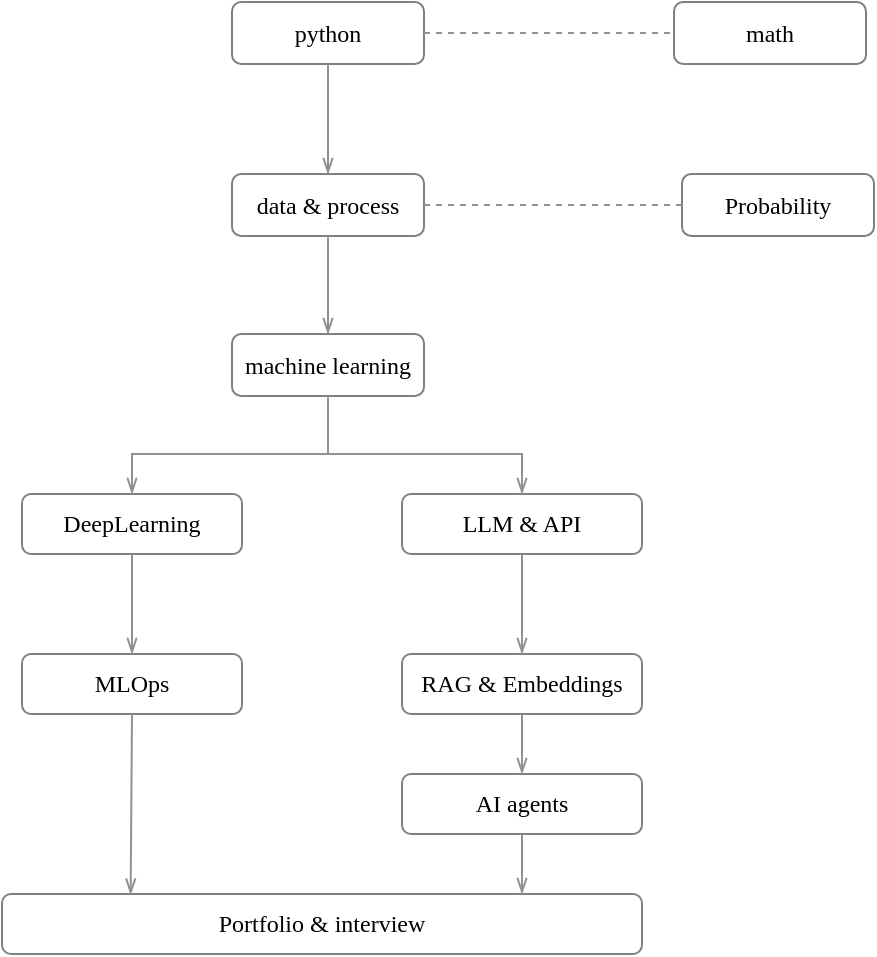
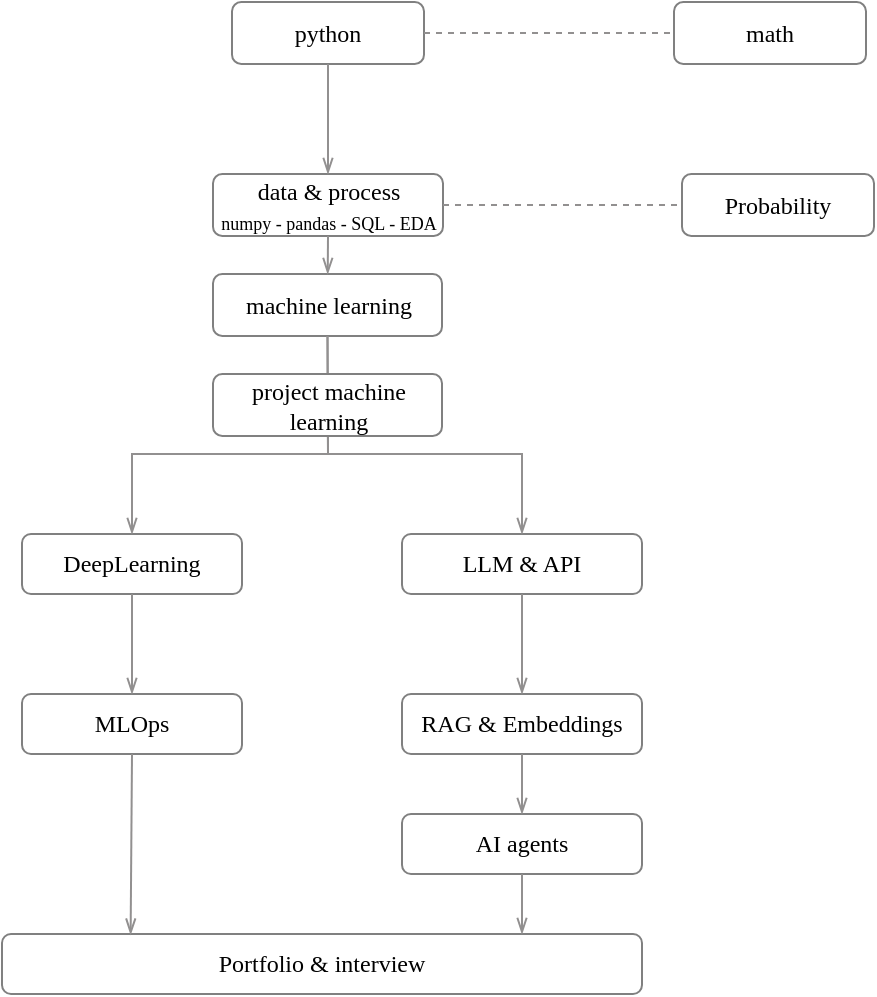
- <mxfile host="Electron" agent="Mozilla/5.0 (Macintosh; Intel Mac OS X 10_15_7) AppleWebKit/537.36 (KHTML, like Gecko) draw.io/29.3.0 Chrome/140.0.7339.249 Electron/38.7.2 Safari/537.36" version="29.3.0" pages="4">
+ <mxfile host="app.diagrams.net" agent="Mozilla/5.0 (Macintosh; Intel Mac OS X 10_15_7) AppleWebKit/537.36 (KHTML, like Gecko) draw.io/29.3.0 Chrome/140.0.7339.249 Electron/38.7.2 Safari/537.36" pages="4">
  <diagram name="overview" id="cAlCBEzrJN6Ur7Pin5lN">
-     <mxGraphModel dx="1045" dy="596" grid="1" gridSize="10" guides="1" tooltips="1" connect="1" arrows="1" fold="1" page="1" pageScale="1" pageWidth="827" pageHeight="1169" math="0" shadow="0">
+     <mxGraphModel dx="948" dy="423" grid="1" gridSize="10" guides="1" tooltips="1" connect="1" arrows="1" fold="1" page="1" pageScale="1" pageWidth="827" pageHeight="1169" math="0" shadow="0">
      <root>
        <mxCell id="0" />
        <mxCell id="1" parent="0" />
        <mxCell id="zTdwEjZ7j_-9_ITJUfBh-1" parent="1" style="rounded=1;whiteSpace=wrap;html=1;fontFamily=Comic Sans MS;strokeColor=#808080;" value="python" vertex="1">
          <mxGeometry height="31" width="96" x="315" y="474" as="geometry" />
        </mxCell>
        <mxCell id="zTdwEjZ7j_-9_ITJUfBh-2" parent="1" style="rounded=1;whiteSpace=wrap;html=1;fontFamily=Comic Sans MS;strokeColor=#808080;" value="math" vertex="1">
          <mxGeometry height="31" width="96" x="536" y="474" as="geometry" />
        </mxCell>
-         <mxCell id="zTdwEjZ7j_-9_ITJUfBh-4" parent="1" style="rounded=1;whiteSpace=wrap;html=1;fontFamily=Comic Sans MS;strokeColor=#808080;" value="data &amp;amp; process" vertex="1">
-           <mxGeometry height="31" width="96" x="315" y="560" as="geometry" />
+         <mxCell id="zTdwEjZ7j_-9_ITJUfBh-4" parent="1" style="rounded=1;whiteSpace=wrap;html=1;fontFamily=Comic Sans MS;strokeColor=#808080;" value="data &amp;amp; process&lt;div&gt;&lt;font style=&quot;font-size: 9px;&quot;&gt;numpy - pandas - SQL - EDA&lt;/font&gt;&lt;/div&gt;" vertex="1">
+           <mxGeometry height="31" width="115" x="305.5" y="560" as="geometry" />
        </mxCell>
        <mxCell id="zTdwEjZ7j_-9_ITJUfBh-5" parent="1" style="rounded=1;whiteSpace=wrap;html=1;fontFamily=Comic Sans MS;strokeColor=#808080;" value="Probability" vertex="1">
          <mxGeometry height="31" width="96" x="540" y="560" as="geometry" />
        </mxCell>
        <mxCell id="zTdwEjZ7j_-9_ITJUfBh-6" edge="1" parent="1" source="zTdwEjZ7j_-9_ITJUfBh-4" style="endArrow=none;html=1;rounded=0;endFill=0;strokeColor=light-dark(#929090, #ededed);entryX=0;entryY=0.5;entryDx=0;entryDy=0;exitX=1;exitY=0.5;exitDx=0;exitDy=0;dashed=1;" target="zTdwEjZ7j_-9_ITJUfBh-5" value="">
          <mxGeometry height="50" relative="1" width="50" as="geometry">
            <mxPoint x="350" y="560" as="sourcePoint" />
            <mxPoint x="400" y="510" as="targetPoint" />
          </mxGeometry>
        </mxCell>
        <mxCell id="zTdwEjZ7j_-9_ITJUfBh-7" edge="1" parent="1" source="zTdwEjZ7j_-9_ITJUfBh-1" style="endArrow=none;html=1;rounded=0;endFill=0;strokeColor=light-dark(#929090, #ededed);exitX=1;exitY=0.5;exitDx=0;exitDy=0;entryX=0;entryY=0.5;entryDx=0;entryDy=0;dashed=1;" target="zTdwEjZ7j_-9_ITJUfBh-2" value="">
          <mxGeometry height="50" relative="1" width="50" as="geometry">
            <mxPoint x="350" y="560" as="sourcePoint" />
            <mxPoint x="500" y="510" as="targetPoint" />
          </mxGeometry>
        </mxCell>
        <mxCell id="zTdwEjZ7j_-9_ITJUfBh-8" parent="1" style="rounded=1;whiteSpace=wrap;html=1;fontFamily=Comic Sans MS;strokeColor=#808080;" value="machine learning" vertex="1">
-           <mxGeometry height="31" width="96" x="315" y="640" as="geometry" />
+           <mxGeometry height="31" width="114.5" x="305.5" y="610" as="geometry" />
        </mxCell>
        <mxCell id="zTdwEjZ7j_-9_ITJUfBh-9" edge="1" parent="1" source="zTdwEjZ7j_-9_ITJUfBh-1" style="endArrow=openThin;html=1;rounded=0;endFill=0;strokeColor=light-dark(#929090, #ededed);exitX=0.5;exitY=1;exitDx=0;exitDy=0;" target="zTdwEjZ7j_-9_ITJUfBh-4" value="">
          <mxGeometry height="50" relative="1" width="50" as="geometry">
            <mxPoint x="350" y="560" as="sourcePoint" />
            <mxPoint x="400" y="510" as="targetPoint" />
          </mxGeometry>
        </mxCell>
        <mxCell id="zTdwEjZ7j_-9_ITJUfBh-10" edge="1" parent="1" source="zTdwEjZ7j_-9_ITJUfBh-4" style="endArrow=openThin;html=1;rounded=0;endFill=0;strokeColor=light-dark(#929090, #ededed);exitX=0.5;exitY=1;exitDx=0;exitDy=0;" target="zTdwEjZ7j_-9_ITJUfBh-8" value="">
          <mxGeometry height="50" relative="1" width="50" as="geometry">
            <mxPoint x="350" y="560" as="sourcePoint" />
            <mxPoint x="400" y="510" as="targetPoint" />
          </mxGeometry>
        </mxCell>
        <mxCell id="zTdwEjZ7j_-9_ITJUfBh-11" parent="1" style="rounded=1;whiteSpace=wrap;html=1;fontFamily=Comic Sans MS;strokeColor=#808080;" value="DeepLearning" vertex="1">
-           <mxGeometry height="30" width="110" x="210" y="720" as="geometry" />
+           <mxGeometry height="30" width="110" x="210" y="740" as="geometry" />
        </mxCell>
        <mxCell id="zTdwEjZ7j_-9_ITJUfBh-12" parent="1" style="rounded=1;whiteSpace=wrap;html=1;fontFamily=Comic Sans MS;strokeColor=#808080;" value="LLM &amp;amp; API" vertex="1">
-           <mxGeometry height="30" width="120" x="400" y="720" as="geometry" />
+           <mxGeometry height="30" width="120" x="400" y="740" as="geometry" />
        </mxCell>
        <mxCell id="zTdwEjZ7j_-9_ITJUfBh-13" parent="1" style="rounded=1;whiteSpace=wrap;html=1;fontFamily=Comic Sans MS;strokeColor=#808080;" value="RAG &amp;amp; Embeddings" vertex="1">
-           <mxGeometry height="30" width="120" x="400" y="800" as="geometry" />
+           <mxGeometry height="30" width="120" x="400" y="820" as="geometry" />
        </mxCell>
        <mxCell id="zTdwEjZ7j_-9_ITJUfBh-14" parent="1" style="rounded=1;whiteSpace=wrap;html=1;fontFamily=Comic Sans MS;strokeColor=#808080;" value="MLOps" vertex="1">
-           <mxGeometry height="30" width="110" x="210" y="800" as="geometry" />
+           <mxGeometry height="30" width="110" x="210" y="820" as="geometry" />
        </mxCell>
        <mxCell id="zTdwEjZ7j_-9_ITJUfBh-15" parent="1" style="rounded=1;whiteSpace=wrap;html=1;fontFamily=Comic Sans MS;strokeColor=#808080;" value="Portfolio &amp;amp; interview" vertex="1">
-           <mxGeometry height="30" width="320" x="200" y="920" as="geometry" />
+           <mxGeometry height="30" width="320" x="200" y="940" as="geometry" />
        </mxCell>
        <mxCell id="zTdwEjZ7j_-9_ITJUfBh-16" parent="1" style="rounded=1;whiteSpace=wrap;html=1;fontFamily=Comic Sans MS;strokeColor=#808080;" value="AI agents" vertex="1">
-           <mxGeometry height="30" width="120" x="400" y="860" as="geometry" />
+           <mxGeometry height="30" width="120" x="400" y="880" as="geometry" />
        </mxCell>
        <mxCell id="zTdwEjZ7j_-9_ITJUfBh-17" edge="1" parent="1" source="zTdwEjZ7j_-9_ITJUfBh-8" style="endArrow=openThin;html=1;rounded=0;endFill=0;strokeColor=light-dark(#929090, #ededed);entryX=0.5;entryY=0;entryDx=0;entryDy=0;exitX=0.5;exitY=1;exitDx=0;exitDy=0;" target="zTdwEjZ7j_-9_ITJUfBh-12" value="">
          <mxGeometry height="50" relative="1" width="50" as="geometry">
            <Array as="points">
              <mxPoint x="363" y="700" />
              <mxPoint x="460" y="700" />
            </Array>
            <mxPoint x="300" y="780" as="sourcePoint" />
            <mxPoint x="350" y="730" as="targetPoint" />
          </mxGeometry>
        </mxCell>
        <mxCell id="zTdwEjZ7j_-9_ITJUfBh-18" edge="1" parent="1" source="zTdwEjZ7j_-9_ITJUfBh-8" style="endArrow=openThin;html=1;rounded=0;endFill=0;strokeColor=light-dark(#929090, #ededed);exitX=0.5;exitY=1;exitDx=0;exitDy=0;entryX=0.5;entryY=0;entryDx=0;entryDy=0;" target="zTdwEjZ7j_-9_ITJUfBh-11" value="">
          <mxGeometry height="50" relative="1" width="50" as="geometry">
            <Array as="points">
              <mxPoint x="363" y="700" />
              <mxPoint x="265" y="700" />
            </Array>
            <mxPoint x="300" y="780" as="sourcePoint" />
            <mxPoint x="350" y="730" as="targetPoint" />
          </mxGeometry>
        </mxCell>
        <mxCell id="zTdwEjZ7j_-9_ITJUfBh-19" edge="1" parent="1" source="zTdwEjZ7j_-9_ITJUfBh-11" style="endArrow=openThin;html=1;rounded=0;endFill=0;strokeColor=light-dark(#929090, #ededed);exitX=0.5;exitY=1;exitDx=0;exitDy=0;" target="zTdwEjZ7j_-9_ITJUfBh-14" value="">
          <mxGeometry height="50" relative="1" width="50" as="geometry">
-             <mxPoint x="290" y="780" as="sourcePoint" />
-             <mxPoint x="340" y="730" as="targetPoint" />
+             <mxPoint x="290" y="800" as="sourcePoint" />
+             <mxPoint x="340" y="750" as="targetPoint" />
          </mxGeometry>
        </mxCell>
        <mxCell id="zTdwEjZ7j_-9_ITJUfBh-20" edge="1" parent="1" source="zTdwEjZ7j_-9_ITJUfBh-14" style="endArrow=openThin;html=1;rounded=0;endFill=0;strokeColor=light-dark(#929090, #ededed);exitX=0.5;exitY=1;exitDx=0;exitDy=0;entryX=0.201;entryY=0.01;entryDx=0;entryDy=0;entryPerimeter=0;" target="zTdwEjZ7j_-9_ITJUfBh-15" value="">
          <mxGeometry height="50" relative="1" width="50" as="geometry">
-             <mxPoint x="290" y="780" as="sourcePoint" />
-             <mxPoint x="340" y="730" as="targetPoint" />
+             <mxPoint x="290" y="800" as="sourcePoint" />
+             <mxPoint x="340" y="750" as="targetPoint" />
          </mxGeometry>
        </mxCell>
        <mxCell id="zTdwEjZ7j_-9_ITJUfBh-21" edge="1" parent="1" source="zTdwEjZ7j_-9_ITJUfBh-12" style="endArrow=openThin;html=1;rounded=0;endFill=0;strokeColor=light-dark(#929090, #ededed);exitX=0.5;exitY=1;exitDx=0;exitDy=0;entryX=0.5;entryY=0;entryDx=0;entryDy=0;" target="zTdwEjZ7j_-9_ITJUfBh-13" value="">
          <mxGeometry height="50" relative="1" width="50" as="geometry">
-             <mxPoint x="290" y="780" as="sourcePoint" />
-             <mxPoint x="340" y="730" as="targetPoint" />
+             <mxPoint x="290" y="800" as="sourcePoint" />
+             <mxPoint x="340" y="750" as="targetPoint" />
          </mxGeometry>
        </mxCell>
        <mxCell id="zTdwEjZ7j_-9_ITJUfBh-22" edge="1" parent="1" source="zTdwEjZ7j_-9_ITJUfBh-13" style="endArrow=openThin;html=1;rounded=0;endFill=0;strokeColor=light-dark(#929090, #ededed);exitX=0.5;exitY=1;exitDx=0;exitDy=0;entryX=0.5;entryY=0;entryDx=0;entryDy=0;" target="zTdwEjZ7j_-9_ITJUfBh-16" value="">
          <mxGeometry height="50" relative="1" width="50" as="geometry">
-             <mxPoint x="290" y="780" as="sourcePoint" />
-             <mxPoint x="340" y="730" as="targetPoint" />
+             <mxPoint x="290" y="800" as="sourcePoint" />
+             <mxPoint x="340" y="750" as="targetPoint" />
          </mxGeometry>
        </mxCell>
        <mxCell id="zTdwEjZ7j_-9_ITJUfBh-23" edge="1" parent="1" source="zTdwEjZ7j_-9_ITJUfBh-16" style="endArrow=openThin;html=1;rounded=0;endFill=0;strokeColor=light-dark(#929090, #ededed);exitX=0.5;exitY=1;exitDx=0;exitDy=0;" value="">
          <mxGeometry height="50" relative="1" width="50" as="geometry">
-             <mxPoint x="290" y="780" as="sourcePoint" />
-             <mxPoint x="460" y="920" as="targetPoint" />
-           </mxGeometry>
+             <mxPoint x="290" y="800" as="sourcePoint" />
+             <mxPoint x="460" y="940" as="targetPoint" />
+           </mxGeometry>
+         </mxCell>
+         <mxCell id="RL8-EkVr3OvldoPUYXMJ-1" parent="1" style="rounded=1;whiteSpace=wrap;html=1;fontFamily=Comic Sans MS;strokeColor=#808080;" value="project machine learning" vertex="1">
+           <mxGeometry height="31" width="114.5" x="305.5" y="660" as="geometry" />
        </mxCell>
      </root>
    </mxGraphModel>
  </diagram>
  <diagram id="UOBW3iFDmhUj1Tzh1QrL" name="python">
    <mxGraphModel dx="1725" dy="984" grid="1" gridSize="10" guides="1" tooltips="1" connect="1" arrows="1" fold="1" page="1" pageScale="1" pageWidth="827" pageHeight="1169" math="0" shadow="0">
      <root>
        <mxCell id="0" />
        <mxCell id="1" parent="0" />
      </root>
    </mxGraphModel>
  </diagram>
  <diagram id="m8GAUy3Aqo1FDhopTY1m" name="math">
    <mxGraphModel dx="1725" dy="984" grid="1" gridSize="10" guides="1" tooltips="1" connect="1" arrows="1" fold="1" page="1" pageScale="1" pageWidth="827" pageHeight="1169" math="0" shadow="0">
      <root>
        <mxCell id="0" />
        <mxCell id="1" parent="0" />
      </root>
    </mxGraphModel>
  </diagram>
  <diagram id="iIlrw0R1UCY4nR05RIuw" name="agent">
    <mxGraphModel dx="2265" dy="820" grid="1" gridSize="10" guides="1" tooltips="1" connect="1" arrows="1" fold="1" page="1" pageScale="1" pageWidth="827" pageHeight="1169" math="0" shadow="0">
      <root>
        <mxCell id="0" />
        <mxCell id="1" parent="0" />
        <mxCell id="3Uv-7dnaONPzhC1kDc2I-1" parent="1" style="text;html=1;whiteSpace=wrap;strokeColor=none;fillColor=none;align=center;verticalAlign=middle;rounded=0;" value="&lt;font face=&quot;Comic Sans MS&quot;&gt;working flow&amp;nbsp;&lt;/font&gt;" vertex="1">
          <mxGeometry height="30" width="110" x="600" y="480" as="geometry" />
        </mxCell>
        <mxCell id="3Uv-7dnaONPzhC1kDc2I-3" parent="1" style="text;html=1;whiteSpace=wrap;strokeColor=none;fillColor=none;align=center;verticalAlign=middle;rounded=0;" value="&lt;font face=&quot;Comic Sans MS&quot;&gt;prompt chaining&amp;nbsp;&lt;/font&gt;" vertex="1">
          <mxGeometry height="30" width="110" x="820" y="230" as="geometry" />
        </mxCell>
        <mxCell id="3Uv-7dnaONPzhC1kDc2I-4" edge="1" parent="1" source="3Uv-7dnaONPzhC1kDc2I-1" style="endArrow=openThin;html=1;rounded=0;endFill=0;strokeColor=light-dark(#929090, #ededed);exitX=1;exitY=0.5;exitDx=0;exitDy=0;entryX=0;entryY=0.5;entryDx=0;entryDy=0;" target="3Uv-7dnaONPzhC1kDc2I-3" value="">
          <mxGeometry height="50" relative="1" width="50" as="geometry">
            <mxPoint x="790" y="370" as="sourcePoint" />
            <mxPoint x="840" y="320" as="targetPoint" />
          </mxGeometry>
        </mxCell>
        <mxCell id="3Uv-7dnaONPzhC1kDc2I-5" parent="1" style="text;html=1;whiteSpace=wrap;strokeColor=none;fillColor=none;align=center;verticalAlign=middle;rounded=0;" value="&lt;font face=&quot;Comic Sans MS&quot;&gt;routing&lt;/font&gt;" vertex="1">
          <mxGeometry height="30" width="80" x="820" y="350" as="geometry" />
        </mxCell>
        <mxCell id="3Uv-7dnaONPzhC1kDc2I-6" parent="1" style="text;html=1;whiteSpace=wrap;strokeColor=none;fillColor=none;align=center;verticalAlign=middle;rounded=0;" value="&lt;font face=&quot;Comic Sans MS&quot;&gt;Evaluator - Optimizer / Reflection&lt;/font&gt;" vertex="1">
          <mxGeometry height="30" width="220" x="820" y="480" as="geometry" />
        </mxCell>
        <mxCell id="3Uv-7dnaONPzhC1kDc2I-7" edge="1" parent="1" source="3Uv-7dnaONPzhC1kDc2I-1" style="endArrow=openThin;html=1;rounded=0;endFill=0;strokeColor=light-dark(#929090, #ededed);exitX=1;exitY=0.5;exitDx=0;exitDy=0;entryX=0;entryY=0.5;entryDx=0;entryDy=0;" target="3Uv-7dnaONPzhC1kDc2I-5" value="">
          <mxGeometry height="50" relative="1" width="50" as="geometry">
            <mxPoint x="790" y="440" as="sourcePoint" />
            <mxPoint x="840" y="390" as="targetPoint" />
          </mxGeometry>
        </mxCell>
        <mxCell id="3Uv-7dnaONPzhC1kDc2I-8" edge="1" parent="1" source="3Uv-7dnaONPzhC1kDc2I-1" style="endArrow=openThin;html=1;rounded=0;endFill=0;strokeColor=light-dark(#929090, #ededed);exitX=1;exitY=0.5;exitDx=0;exitDy=0;" target="3Uv-7dnaONPzhC1kDc2I-6" value="">
          <mxGeometry height="50" relative="1" width="50" as="geometry">
            <mxPoint x="790" y="440" as="sourcePoint" />
            <mxPoint x="840" y="390" as="targetPoint" />
          </mxGeometry>
        </mxCell>
        <mxCell id="3Uv-7dnaONPzhC1kDc2I-9" parent="1" style="text;html=1;whiteSpace=wrap;strokeColor=none;fillColor=none;align=center;verticalAlign=middle;rounded=0;" value="&lt;font face=&quot;Comic Sans MS&quot;&gt;Orchestrator - Workers&lt;/font&gt;" vertex="1">
          <mxGeometry height="30" width="150" x="820" y="590" as="geometry" />
        </mxCell>
        <mxCell id="3Uv-7dnaONPzhC1kDc2I-10" edge="1" parent="1" source="3Uv-7dnaONPzhC1kDc2I-1" style="endArrow=openThin;html=1;rounded=0;endFill=0;strokeColor=light-dark(#929090, #ededed);entryX=0;entryY=0.5;entryDx=0;entryDy=0;exitX=1;exitY=0.5;exitDx=0;exitDy=0;" target="3Uv-7dnaONPzhC1kDc2I-9" value="">
          <mxGeometry height="50" relative="1" width="50" as="geometry">
            <mxPoint x="790" y="610" as="sourcePoint" />
            <mxPoint x="840" y="560" as="targetPoint" />
          </mxGeometry>
        </mxCell>
        <mxCell id="3Uv-7dnaONPzhC1kDc2I-11" parent="1" style="text;html=1;whiteSpace=wrap;strokeColor=none;fillColor=none;align=center;verticalAlign=middle;rounded=0;" value="&lt;font face=&quot;Comic Sans MS&quot;&gt;RAG - Retrieval-Augmented Generation&lt;/font&gt;" vertex="1">
          <mxGeometry height="30" width="240" x="820" y="710" as="geometry" />
        </mxCell>
        <mxCell id="3Uv-7dnaONPzhC1kDc2I-12" edge="1" parent="1" source="3Uv-7dnaONPzhC1kDc2I-1" style="endArrow=openThin;html=1;rounded=0;endFill=0;strokeColor=light-dark(#929090, #ededed);entryX=0;entryY=0.5;entryDx=0;entryDy=0;exitX=1;exitY=0.5;exitDx=0;exitDy=0;" target="3Uv-7dnaONPzhC1kDc2I-11" value="">
          <mxGeometry height="50" relative="1" width="50" as="geometry">
            <mxPoint x="790" y="490" as="sourcePoint" />
            <mxPoint x="840" y="440" as="targetPoint" />
          </mxGeometry>
        </mxCell>
        <mxCell id="3Uv-7dnaONPzhC1kDc2I-13" parent="1" style="rounded=1;whiteSpace=wrap;html=1;fontFamily=Comic Sans MS;strokeColor=#808080;" value="LLM" vertex="1">
          <mxGeometry height="30" width="80" x="-160" y="520" as="geometry" />
        </mxCell>
        <mxCell id="3Uv-7dnaONPzhC1kDc2I-14" parent="1" style="rounded=1;whiteSpace=wrap;html=1;fontFamily=Comic Sans MS;strokeColor=#808080;" value="Planning" vertex="1">
          <mxGeometry height="30" width="90" x="-10" y="680" as="geometry" />
        </mxCell>
        <mxCell id="3Uv-7dnaONPzhC1kDc2I-15" parent="1" style="rounded=1;whiteSpace=wrap;html=1;fontFamily=Comic Sans MS;strokeColor=#808080;" value="Memory" vertex="1">
          <mxGeometry height="30" width="80" x="240" y="560" as="geometry" />
        </mxCell>
        <mxCell id="3Uv-7dnaONPzhC1kDc2I-16" parent="1" style="rounded=1;whiteSpace=wrap;html=1;fontFamily=Comic Sans MS;strokeColor=#808080;" value="Tools/Actions" vertex="1">
          <mxGeometry height="30" width="90" x="70" y="400" as="geometry" />
        </mxCell>
      </root>
    </mxGraphModel>
  </diagram>
</mxfile>
